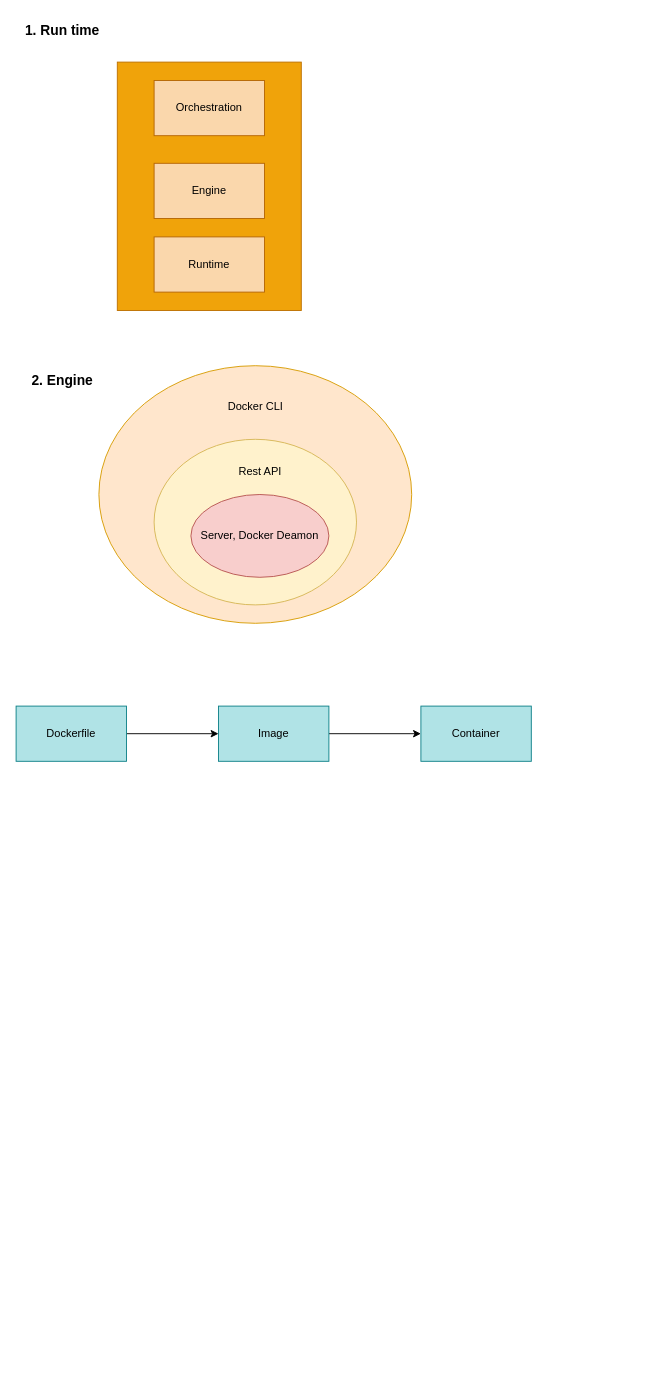
The draw.io diagram Prerequisites/docker/docker.drawio in Arun-kushwaha007/Video-to-Audio-Python-Microservices-App-on-Kubernetes, before the edit. Source tidied: cells renumbered, new cells numbered last; positions are measured from the earlier drawing's top-left corner, leaving out a move shared by most shapes. Both pictures are drawn from the tidied source at 92%, with x=0, y=0 at pixel (16, 16).
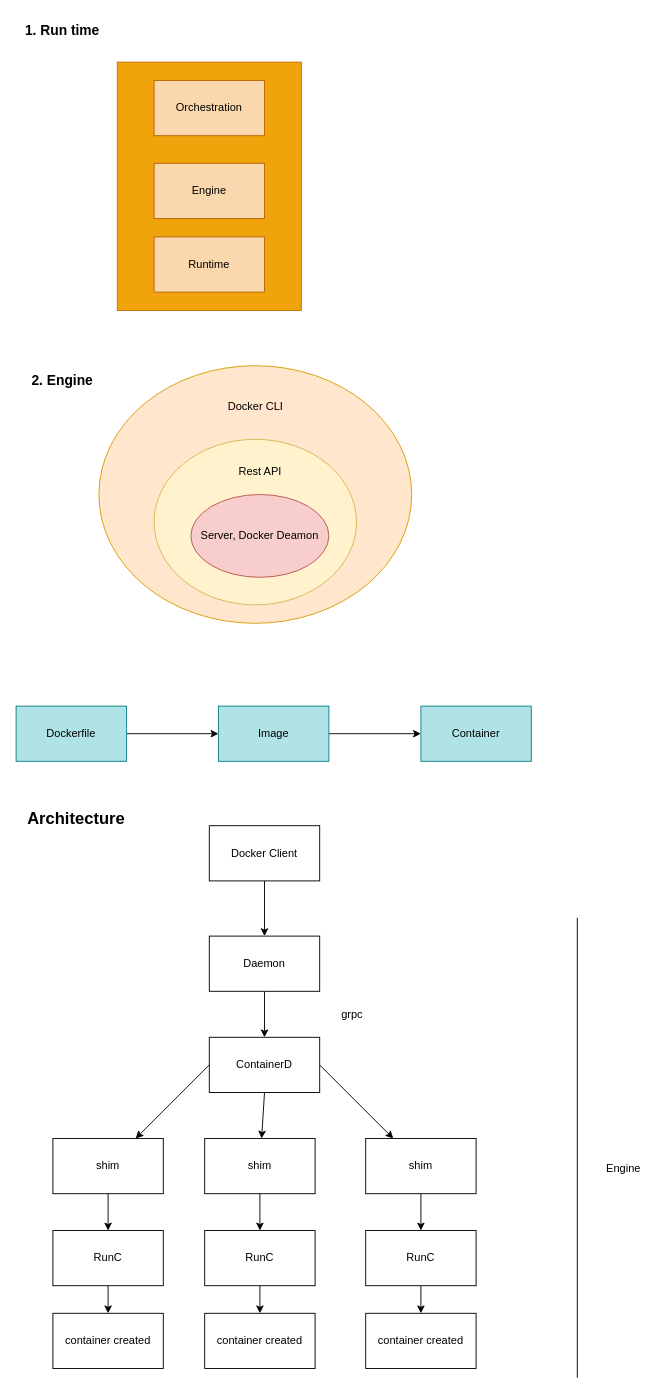
The same diagram, later.

Change to the diagram source:
```diff
@@
+    <mxCell id="18" style="edgeStyle=none;html=1;" parent="1" edge="1" source="19" target="21">
+      <mxGeometry relative="1" as="geometry" />
+    </mxCell>
+    <mxCell id="19" value="Docker Client" style="whiteSpace=wrap;html=1;" parent="1" vertex="1">
+      <mxGeometry x="210" y="880" width="120" height="60" as="geometry" />
+    </mxCell>
+    <mxCell id="20" style="edgeStyle=none;html=1;" parent="1" edge="1" source="21" target="25">
+      <mxGeometry relative="1" as="geometry" />
+    </mxCell>
+    <mxCell id="21" value="Daemon" style="whiteSpace=wrap;html=1;" parent="1" vertex="1">
+      <mxGeometry x="210" y="1000" width="120" height="60" as="geometry" />
+    </mxCell>
+    <mxCell id="22" style="edgeStyle=none;html=1;exitX=0;exitY=0.5;exitDx=0;exitDy=0;" parent="1" edge="1" source="25" target="27">
+      <mxGeometry relative="1" as="geometry" />
+    </mxCell>
+    <mxCell id="23" style="edgeStyle=none;html=1;exitX=1;exitY=0.5;exitDx=0;exitDy=0;" parent="1" edge="1" source="25" target="32">
+      <mxGeometry relative="1" as="geometry" />
+    </mxCell>
+    <mxCell id="24" style="edgeStyle=none;html=1;exitX=0.5;exitY=1;exitDx=0;exitDy=0;" parent="1" edge="1" source="25" target="30">
+      <mxGeometry relative="1" as="geometry" />
+    </mxCell>
+    <mxCell id="25" value="ContainerD" style="whiteSpace=wrap;html=1;" parent="1" vertex="1">
+      <mxGeometry x="210" y="1110" width="120" height="60" as="geometry" />
+    </mxCell>
+    <mxCell id="26" style="edgeStyle=none;html=1;" parent="1" edge="1" source="27" target="34">
+      <mxGeometry relative="1" as="geometry" />
+    </mxCell>
+    <mxCell id="27" value="shim" style="whiteSpace=wrap;html=1;" parent="1" vertex="1">
+      <mxGeometry x="40" y="1220" width="120" height="60" as="geometry" />
+    </mxCell>
+    <mxCell id="28" value="&lt;b&gt;&lt;font style=&quot;font-size: 18px;&quot;&gt;Architecture&lt;/font&gt;&lt;/b&gt;" style="text;html=1;align=center;verticalAlign=middle;strokeColor=none;fillColor=none;" parent="1" vertex="1">
+      <mxGeometry y="853" width="130" height="40" as="geometry" />
+    </mxCell>
+    <mxCell id="29" style="edgeStyle=none;html=1;" parent="1" edge="1" source="30" target="36">
+      <mxGeometry relative="1" as="geometry" />
+    </mxCell>
+    <mxCell id="30" value="shim" style="whiteSpace=wrap;html=1;" parent="1" vertex="1">
+      <mxGeometry x="205" y="1220" width="120" height="60" as="geometry" />
+    </mxCell>
+    <mxCell id="31" style="edgeStyle=none;html=1;" parent="1" edge="1" source="32" target="38">
+      <mxGeometry relative="1" as="geometry" />
+    </mxCell>
+    <mxCell id="32" value="shim" style="whiteSpace=wrap;html=1;" parent="1" vertex="1">
+      <mxGeometry x="380" y="1220" width="120" height="60" as="geometry" />
+    </mxCell>
+    <mxCell id="33" style="edgeStyle=none;html=1;" parent="1" edge="1" source="34" target="39">
+      <mxGeometry relative="1" as="geometry" />
+    </mxCell>
+    <mxCell id="34" value="RunC" style="whiteSpace=wrap;html=1;" parent="1" vertex="1">
+      <mxGeometry x="40" y="1320" width="120" height="60" as="geometry" />
+    </mxCell>
+    <mxCell id="35" style="edgeStyle=none;html=1;" parent="1" edge="1" source="36" target="40">
+      <mxGeometry relative="1" as="geometry" />
+    </mxCell>
+    <mxCell id="36" value="RunC" style="whiteSpace=wrap;html=1;" parent="1" vertex="1">
+      <mxGeometry x="205" y="1320" width="120" height="60" as="geometry" />
+    </mxCell>
+    <mxCell id="37" style="edgeStyle=none;html=1;" parent="1" edge="1" source="38" target="41">
+      <mxGeometry relative="1" as="geometry" />
+    </mxCell>
+    <mxCell id="38" value="RunC" style="whiteSpace=wrap;html=1;" parent="1" vertex="1">
+      <mxGeometry x="380" y="1320" width="120" height="60" as="geometry" />
+    </mxCell>
+    <mxCell id="39" value="container created" style="whiteSpace=wrap;html=1;" parent="1" vertex="1">
+      <mxGeometry x="40" y="1410" width="120" height="60" as="geometry" />
+    </mxCell>
+    <mxCell id="40" value="container created" style="whiteSpace=wrap;html=1;" parent="1" vertex="1">
+      <mxGeometry x="205" y="1410" width="120" height="60" as="geometry" />
+    </mxCell>
+    <mxCell id="41" value="container created" style="whiteSpace=wrap;html=1;" parent="1" vertex="1">
+      <mxGeometry x="380" y="1410" width="120" height="60" as="geometry" />
+    </mxCell>
+    <mxCell id="42" style="endArrow=none;html=1;" parent="1" edge="1">
+      <mxGeometry relative="1" as="geometry">
+        <mxPoint x="610" y="1480" as="sourcePoint" />
+        <mxPoint x="610" y="980" as="targetPoint" />
+      </mxGeometry>
+    </mxCell>
+    <mxCell id="43" value="Engine" style="text;html=1;align=center;verticalAlign=middle;strokeColor=none;fillColor=none;" parent="1" vertex="1">
+      <mxGeometry x="630" y="1238" width="60" height="30" as="geometry" />
+    </mxCell>
+    <mxCell id="44" value="grpc" style="text;html=1;align=center;verticalAlign=middle;strokeColor=none;fillColor=none;" parent="1" vertex="1">
+      <mxGeometry x="340" y="1070" width="50" height="30" as="geometry" />
+    </mxCell>
```
